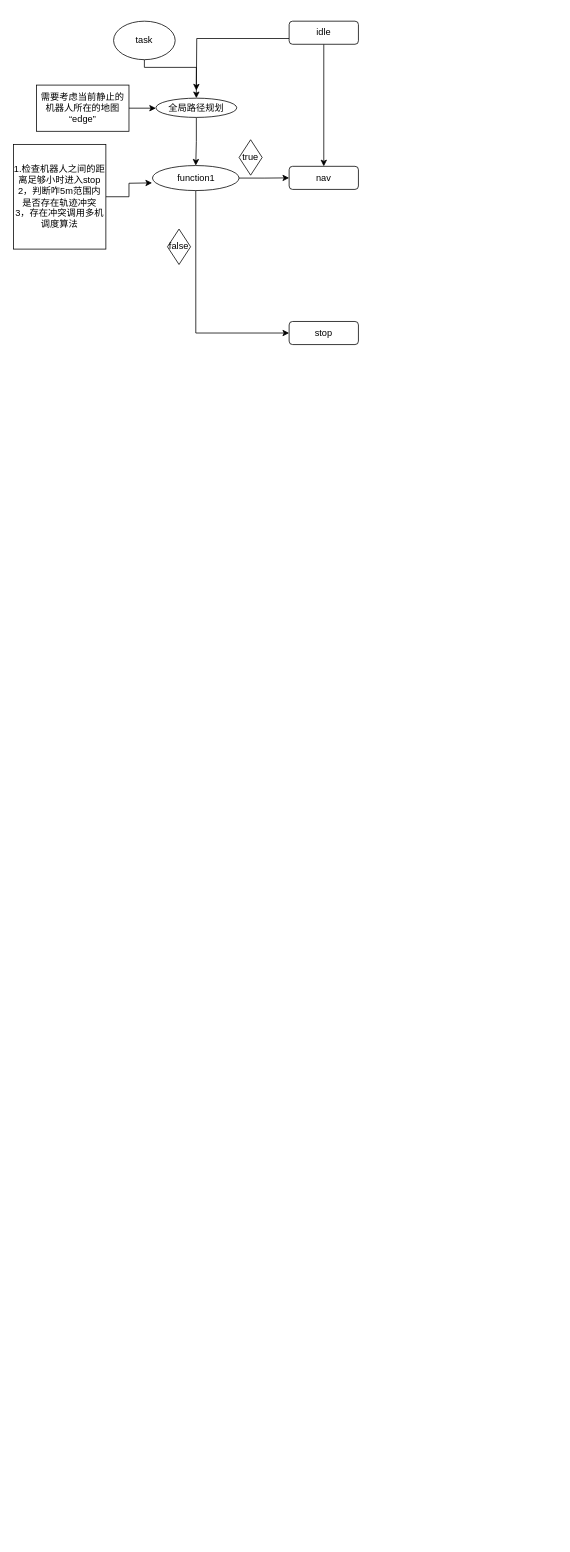
This is page "Page-1" (1 of 2) of documents/状态机设计.drawio from Peter1qaz2wsx/flow_chart-, a draw.io file, before an edit. Source tidied: cells renumbered, new cells numbered last; positions are measured from the earlier drawing's top-left corner, leaving out a move shared by most shapes. Both pictures are drawn from the tidied source at 77%, with x=0, y=0 at pixel (13, 21).
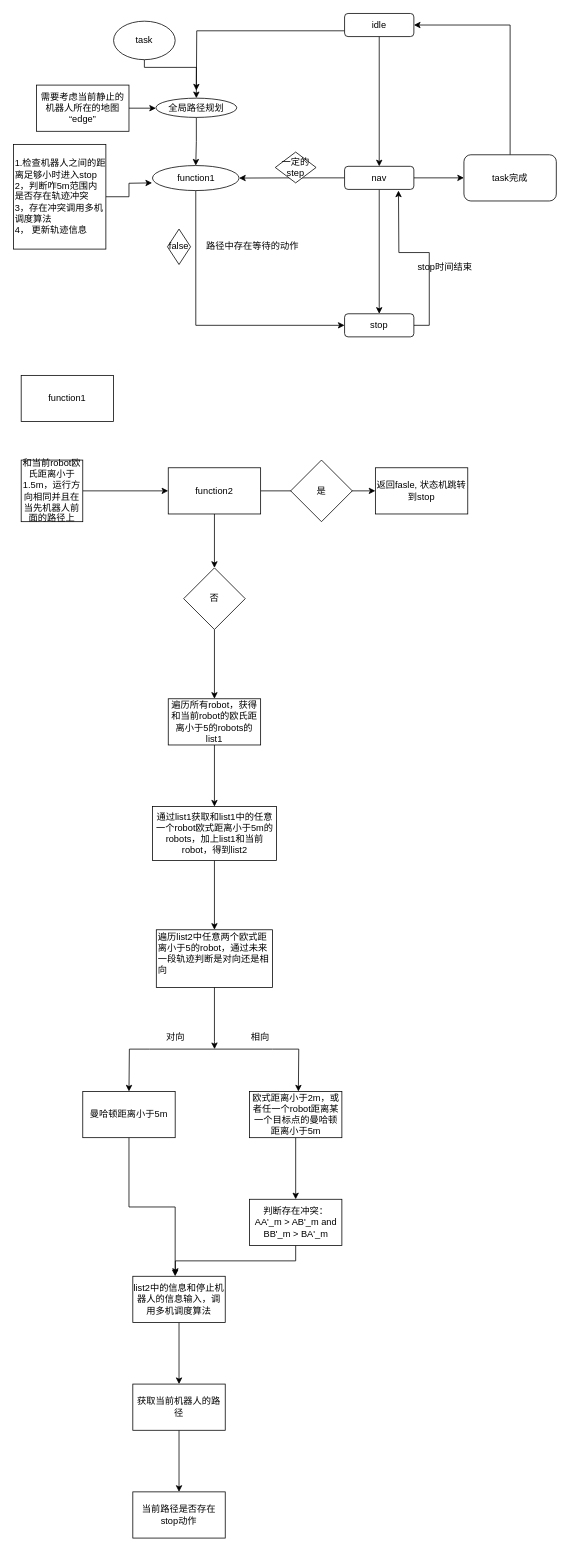
Above is the later version.

Commit message (it also covers changes not shown here):
Update 状态机设计.drawio

Unchanged cells that the change refers to:
```xml
<mxCell id="15" value="function1" style="ellipse;whiteSpace=wrap;html=1;rounded=1;" parent="1" vertex="1">
  <mxGeometry x="180.5" y="187.5" width="112.5" height="32.5" as="geometry" />
</mxCell>
```

Change to the diagram source:
```diff
@@
     <mxCell id="4" value="idle" style="rounded=1;whiteSpace=wrap;html=1;" parent="1" vertex="1">
-      <mxGeometry x="358" width="90" height="30" as="geometry" />
+      <mxGeometry x="430" y="-10" width="90" height="30" as="geometry" />
     </mxCell>
+    <mxCell id="20" style="edgeStyle=orthogonalEdgeStyle;rounded=0;jettySize=auto;html=1;exitX=0;exitY=0.5;exitDx=0;exitDy=0;entryX=1;entryY=0.5;entryDx=0;entryDy=0;" parent="1" edge="1" source="5" target="15">
+      <mxGeometry relative="1" as="geometry" />
+    </mxCell>
+    <mxCell id="21" style="edgeStyle=orthogonalEdgeStyle;rounded=0;jettySize=auto;html=1;exitX=0.5;exitY=1;exitDx=0;exitDy=0;" parent="1" edge="1" source="5" target="6">
+      <mxGeometry relative="1" as="geometry" />
+    </mxCell>
+    <mxCell id="22" style="edgeStyle=orthogonalEdgeStyle;rounded=0;jettySize=auto;html=1;" parent="1" edge="1" source="5" target="60">
+      <mxGeometry relative="1" as="geometry" />
+    </mxCell>
     <mxCell id="5" value="nav" style="rounded=1;whiteSpace=wrap;html=1;" parent="1" vertex="1">
-      <mxGeometry x="358" y="188.5" width="90" height="30" as="geometry" />
+      <mxGeometry x="430" y="188.5" width="90" height="30" as="geometry" />
     </mxCell>
+    <mxCell id="23" style="edgeStyle=orthogonalEdgeStyle;rounded=0;jettySize=auto;html=1;exitX=1;exitY=0.5;exitDx=0;exitDy=0;" parent="1" edge="1" source="6">
+      <mxGeometry relative="1" as="geometry">
+        <mxPoint x="500" y="220" as="targetPoint" />
+      </mxGeometry>
+    </mxCell>
     <mxCell id="6" value="stop" style="rounded=1;whiteSpace=wrap;html=1;" parent="1" vertex="1">
-      <mxGeometry x="358" y="390" width="90" height="30" as="geometry" />
+      <mxGeometry x="430" y="380" width="90" height="30" as="geometry" />
     </mxCell>
@@
-    <mxCell id="14" style="edgeStyle=orthogonalEdgeStyle;rounded=0;jettySize=auto;html=1;exitX=1;exitY=0.5;exitDx=0;exitDy=0;entryX=0;entryY=0.5;entryDx=0;entryDy=0;" parent="1" edge="1" source="15" target="5">
-      <mxGeometry relative="1" as="geometry" />
-    </mxCell>
@@
-    <mxCell id="17" value="&lt;div&gt;1.检查机器人之间的距离足够小时进入stop&lt;/div&gt;&lt;div&gt;2，判断咋5m范围内是否存在轨迹冲突&lt;/div&gt;&lt;div&gt;3，存在冲突调用多机调度算法&lt;br&gt;&lt;/div&gt;" style="rounded=0;whiteSpace=wrap;html=1;" parent="1" vertex="1">
+    <mxCell id="17" value="&lt;div align=&quot;left&quot;&gt;1.检查机器人之间的距离足够小时进入stop&lt;/div&gt;&lt;div align=&quot;left&quot;&gt;2，判断咋5m范围内是否存在轨迹冲突&lt;/div&gt;&lt;div align=&quot;left&quot;&gt;3，存在冲突调用多机调度算法&lt;/div&gt;&lt;div align=&quot;left&quot;&gt;4， 更新轨迹信息&lt;br&gt;&lt;/div&gt;" style="rounded=0;whiteSpace=wrap;html=1;align=left;" parent="1" vertex="1">
       <mxGeometry y="160" width="120" height="136" as="geometry" />
     </mxCell>
-    <mxCell id="18" value="true" style="rhombus;whiteSpace=wrap;html=1;" parent="1" vertex="1">
-      <mxGeometry x="293" y="154" width="30" height="46" as="geometry" />
-    </mxCell>
@@
+    <mxCell id="24" value="一定的step" style="rhombus;whiteSpace=wrap;html=1;strokeWidth=1;" parent="1" vertex="1">
+      <mxGeometry x="340" y="170" width="53" height="40" as="geometry" />
+    </mxCell>
+    <mxCell id="25" value="function1" style="rounded=0;whiteSpace=wrap;html=1;strokeWidth=1;" parent="1" vertex="1">
+      <mxGeometry x="10" y="460" width="120" height="60" as="geometry" />
+    </mxCell>
+    <mxCell id="26" style="edgeStyle=orthogonalEdgeStyle;rounded=0;jettySize=auto;html=1;" parent="1" edge="1" source="28" target="32">
+      <mxGeometry relative="1" as="geometry" />
+    </mxCell>
+    <mxCell id="27" style="edgeStyle=orthogonalEdgeStyle;rounded=0;jettySize=auto;html=1;exitX=1;exitY=0.5;exitDx=0;exitDy=0;" parent="1" edge="1" source="28" target="33">
+      <mxGeometry relative="1" as="geometry" />
+    </mxCell>
+    <mxCell id="28" value="function2" style="rounded=0;whiteSpace=wrap;html=1;strokeWidth=1;" parent="1" vertex="1">
+      <mxGeometry x="201" y="580" width="120" height="60" as="geometry" />
+    </mxCell>
+    <mxCell id="29" style="edgeStyle=orthogonalEdgeStyle;rounded=0;jettySize=auto;html=1;" parent="1" edge="1" source="30" target="28">
+      <mxGeometry relative="1" as="geometry" />
+    </mxCell>
+    <mxCell id="30" value="和当前robot欧氏距离小于1.5m，运行方向相同并且在当先机器人前面的路径上" style="whiteSpace=wrap;html=1;strokeWidth=1;" parent="1" vertex="1">
+      <mxGeometry x="10" y="570" width="80" height="80" as="geometry" />
+    </mxCell>
+    <mxCell id="31" style="edgeStyle=orthogonalEdgeStyle;rounded=0;jettySize=auto;html=1;" parent="1" edge="1" source="32" target="35">
+      <mxGeometry relative="1" as="geometry" />
+    </mxCell>
+    <mxCell id="32" value="否" style="rhombus;whiteSpace=wrap;html=1;rounded=0;strokeWidth=1;" parent="1" vertex="1">
+      <mxGeometry x="221" y="710" width="80" height="80" as="geometry" />
+    </mxCell>
+    <mxCell id="33" value="返回fasle, 状态机跳转到stop" style="whiteSpace=wrap;html=1;rounded=0;strokeWidth=1;" parent="1" vertex="1">
+      <mxGeometry x="470" y="580" width="120" height="60" as="geometry" />
+    </mxCell>
+    <mxCell id="34" style="edgeStyle=orthogonalEdgeStyle;rounded=0;jettySize=auto;html=1;" parent="1" edge="1" source="35" target="38">
+      <mxGeometry relative="1" as="geometry" />
+    </mxCell>
+    <mxCell id="35" value="遍历所有robot，获得和当前robot的欧氏距离小于5的robots的list1" style="whiteSpace=wrap;html=1;rounded=0;strokeWidth=1;" parent="1" vertex="1">
+      <mxGeometry x="201" y="880" width="120" height="60" as="geometry" />
+    </mxCell>
+    <mxCell id="36" value="是" style="rhombus;whiteSpace=wrap;html=1;strokeWidth=1;" parent="1" vertex="1">
+      <mxGeometry x="360" y="570" width="80" height="80" as="geometry" />
+    </mxCell>
+    <mxCell id="37" style="edgeStyle=orthogonalEdgeStyle;rounded=0;jettySize=auto;html=1;" parent="1" edge="1" source="38" target="39">
+      <mxGeometry relative="1" as="geometry" />
+    </mxCell>
+    <mxCell id="38" value="通过list1获取和list1中的任意一个robot欧式距离小于5m的robots，加上list1和当前robot，得到list2" style="whiteSpace=wrap;html=1;rounded=0;strokeWidth=1;" parent="1" vertex="1">
+      <mxGeometry x="180.5" y="1020" width="161" height="70" as="geometry" />
+    </mxCell>
+    <mxCell id="39" value="&lt;div align=&quot;left&quot;&gt;遍历list2中任意两个欧式距离小于5的robot，通过未来一段轨迹判断是对向还是相向&lt;/div&gt;&lt;div align=&quot;left&quot;&gt;&lt;br&gt;&lt;/div&gt;" style="whiteSpace=wrap;html=1;rounded=0;strokeWidth=1;align=left;" parent="1" vertex="1">
+      <mxGeometry x="185.5" y="1180" width="151" height="75" as="geometry" />
+    </mxCell>
+    <mxCell id="40" style="edgeStyle=orthogonalEdgeStyle;rounded=0;jettySize=auto;html=1;exitX=0;exitY=0.5;exitDx=0;exitDy=0;exitPerimeter=0;" parent="1" edge="1" source="42">
+      <mxGeometry relative="1" as="geometry">
+        <mxPoint x="150" y="1390" as="targetPoint" />
+      </mxGeometry>
+    </mxCell>
+    <mxCell id="41" style="edgeStyle=orthogonalEdgeStyle;rounded=0;jettySize=auto;html=1;exitX=1;exitY=0.5;exitDx=0;exitDy=0;exitPerimeter=0;" parent="1" edge="1" source="42">
+      <mxGeometry relative="1" as="geometry">
+        <mxPoint x="370" y="1390" as="targetPoint" />
+      </mxGeometry>
+    </mxCell>
+    <mxCell id="42" style="line;strokeWidth=1;html=1;" parent="1" vertex="1">
+      <mxGeometry x="176.5" y="1330" width="160" height="10" as="geometry" />
+    </mxCell>
+    <mxCell id="43" style="edgeStyle=orthogonalEdgeStyle;rounded=0;jettySize=auto;html=1;exitX=1;exitY=0.5;exitDx=0;exitDy=0;exitPerimeter=0;entryX=0.529;entryY=0.5;entryDx=0;entryDy=0;entryPerimeter=0;" parent="1" edge="1" source="44" target="42">
+      <mxGeometry relative="1" as="geometry" />
+    </mxCell>
+    <mxCell id="44" style="line;strokeWidth=1;direction=south;html=1;" parent="1" vertex="1">
+      <mxGeometry x="256" y="1255" width="10" height="70" as="geometry" />
+    </mxCell>
+    <mxCell id="45" value="对向" style="text;html=1;align=center;verticalAlign=middle;strokeColor=none;fillColor=none;" parent="1" vertex="1">
+      <mxGeometry x="190" y="1310" width="40" height="20" as="geometry" />
+    </mxCell>
+    <mxCell id="46" value="相向" style="text;html=1;align=center;verticalAlign=middle;strokeColor=none;fillColor=none;" parent="1" vertex="1">
+      <mxGeometry x="300" y="1310" width="40" height="20" as="geometry" />
+    </mxCell>
+    <mxCell id="47" style="edgeStyle=orthogonalEdgeStyle;rounded=0;jettySize=auto;html=1;exitX=0.5;exitY=1;exitDx=0;exitDy=0;entryX=0.458;entryY=0;entryDx=0;entryDy=0;entryPerimeter=0;" parent="1" edge="1" source="48" target="54">
+      <mxGeometry relative="1" as="geometry" />
+    </mxCell>
+    <mxCell id="48" value="曼哈顿距离小于5m" style="rounded=0;whiteSpace=wrap;html=1;strokeWidth=1;" parent="1" vertex="1">
+      <mxGeometry x="90" y="1390" width="120" height="60" as="geometry" />
+    </mxCell>
+    <mxCell id="49" style="edgeStyle=orthogonalEdgeStyle;rounded=0;jettySize=auto;html=1;" parent="1" edge="1" source="50" target="52">
+      <mxGeometry relative="1" as="geometry" />
+    </mxCell>
+    <mxCell id="50" value="欧式距离小于2m，或者任一个robot距离某一个目标点的曼哈顿距离小于5m" style="rounded=0;whiteSpace=wrap;html=1;strokeWidth=1;" parent="1" vertex="1">
+      <mxGeometry x="306.5" y="1390" width="120" height="60" as="geometry" />
+    </mxCell>
+    <mxCell id="51" style="edgeStyle=orthogonalEdgeStyle;rounded=0;jettySize=auto;html=1;exitX=0.5;exitY=1;exitDx=0;exitDy=0;entryX=0.461;entryY=-0.031;entryDx=0;entryDy=0;entryPerimeter=0;" parent="1" edge="1" source="52" target="54">
+      <mxGeometry relative="1" as="geometry" />
+    </mxCell>
+    <mxCell id="52" value="&lt;div&gt;判断存在冲突：&lt;/div&gt;&lt;div&gt;AA'_m &amp;gt; AB'_m and&lt;/div&gt;&lt;div&gt;BB'_m &amp;gt; BA'_m&lt;br&gt;&lt;/div&gt;" style="whiteSpace=wrap;html=1;rounded=0;strokeWidth=1;" parent="1" vertex="1">
+      <mxGeometry x="306.5" y="1530" width="120" height="60" as="geometry" />
+    </mxCell>
+    <mxCell id="53" style="edgeStyle=orthogonalEdgeStyle;rounded=0;jettySize=auto;html=1;" parent="1" edge="1" source="54" target="56">
+      <mxGeometry relative="1" as="geometry" />
+    </mxCell>
+    <mxCell id="54" value="list2中的信息和停止机器人的信息输入，调用多机调度算法" style="rounded=0;whiteSpace=wrap;html=1;strokeWidth=1;" parent="1" vertex="1">
+      <mxGeometry x="155" y="1630" width="120" height="60" as="geometry" />
+    </mxCell>
+    <mxCell id="55" style="edgeStyle=orthogonalEdgeStyle;rounded=0;jettySize=auto;html=1;" parent="1" edge="1" source="56" target="58">
+      <mxGeometry relative="1" as="geometry" />
+    </mxCell>
+    <mxCell id="56" value="获取当前机器人的路径" style="whiteSpace=wrap;html=1;rounded=0;strokeWidth=1;" parent="1" vertex="1">
+      <mxGeometry x="155" y="1770" width="120" height="60" as="geometry" />
+    </mxCell>
+    <mxCell id="57" value="路径中存在等待的动作" style="text;html=1;align=center;verticalAlign=middle;strokeColor=none;fillColor=none;" parent="1" vertex="1">
+      <mxGeometry x="240" y="283" width="140" height="20" as="geometry" />
+    </mxCell>
+    <mxCell id="58" value="当前路径是否存在stop动作" style="whiteSpace=wrap;html=1;rounded=0;strokeWidth=1;" parent="1" vertex="1">
+      <mxGeometry x="155" y="1910" width="120" height="60" as="geometry" />
+    </mxCell>
+    <mxCell id="59" style="edgeStyle=orthogonalEdgeStyle;rounded=0;jettySize=auto;html=1;exitX=0.5;exitY=0;exitDx=0;exitDy=0;entryX=1;entryY=0.5;entryDx=0;entryDy=0;" parent="1" edge="1" source="60" target="4">
+      <mxGeometry relative="1" as="geometry" />
+    </mxCell>
+    <mxCell id="60" value="task完成" style="whiteSpace=wrap;html=1;rounded=1;" parent="1" vertex="1">
+      <mxGeometry x="585" y="173.5" width="120" height="60" as="geometry" />
+    </mxCell>
+    <mxCell id="61" value="&lt;div&gt;stop时间结束&lt;/div&gt;" style="text;html=1;align=center;verticalAlign=middle;strokeColor=none;fillColor=none;" parent="1" vertex="1">
+      <mxGeometry x="515" y="310" width="90" height="20" as="geometry" />
+    </mxCell>
```
